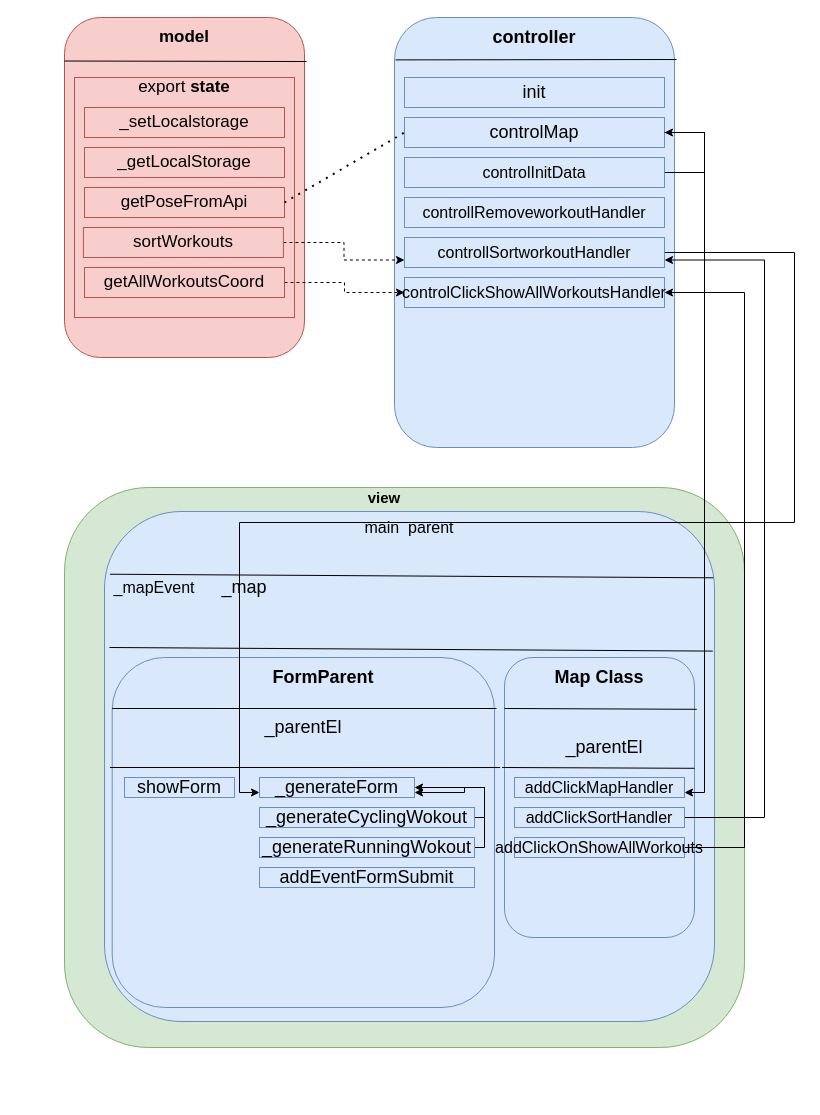
This is architecture.drawio from behnamrhp/mapr, a draw.io file, before an edit. Source tidied: cells renumbered, new cells numbered last; positions are measured from the earlier drawing's top-left corner, leaving out a move shared by most shapes. Both pictures are drawn from the tidied source at 100%, with x=0, y=0 at pixel (64, 17).
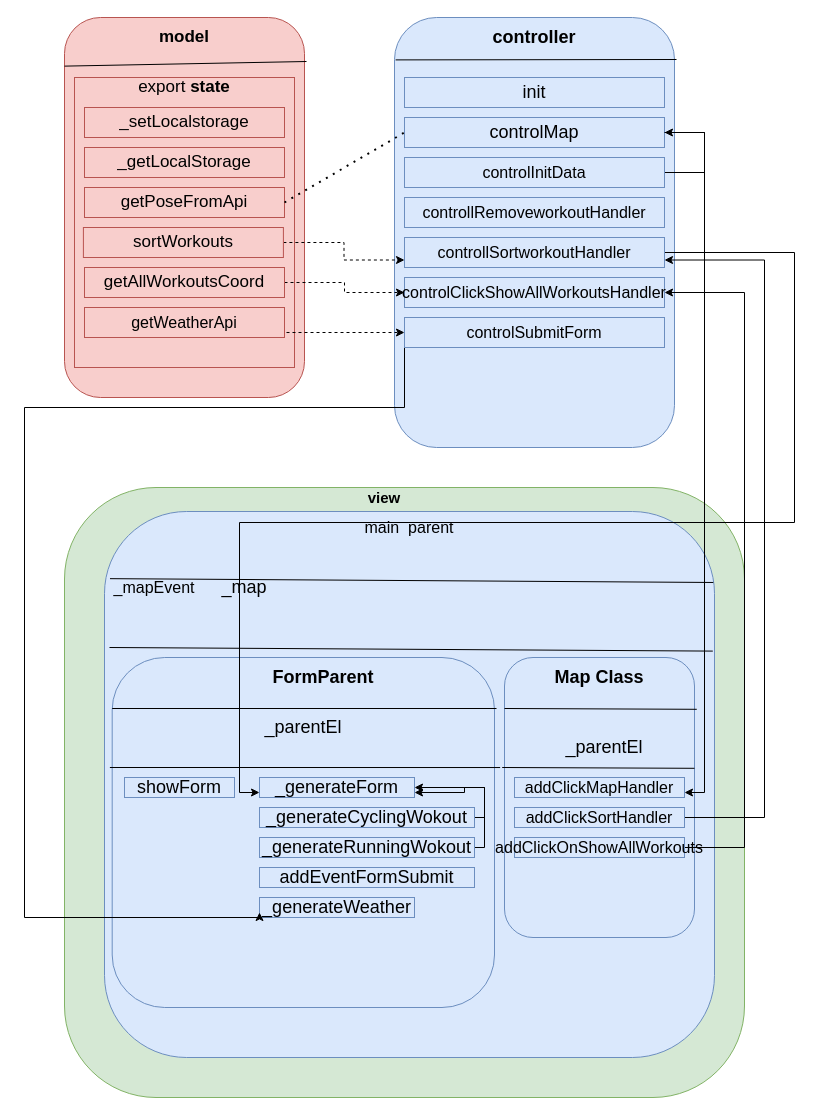
Above is the later version.

Change to the diagram source:
```diff
@@
     <mxCell id="2" style="rounded=1;whiteSpace=wrap;html=1;fillColor=#f8cecc;strokeColor=#b85450;" parent="1" vertex="1">
-      <mxGeometry width="240" height="340" as="geometry" />
+      <mxGeometry width="240" height="380" as="geometry" />
     </mxCell>
@@
     <mxCell id="5" style="rounded=0;whiteSpace=wrap;html=1;fontSize=17;fillColor=#f8cecc;strokeColor=#b85450;" parent="1" vertex="1">
-      <mxGeometry x="10" y="60" width="220" height="240" as="geometry" />
+      <mxGeometry x="10" y="60" width="220" height="290" as="geometry" />
     </mxCell>
@@
     <mxCell id="16" style="rounded=1;whiteSpace=wrap;html=1;fontSize=18;fillColor=#d5e8d4;strokeColor=#82b366;" parent="1" vertex="1">
-      <mxGeometry y="470" width="680" height="560" as="geometry" />
+      <mxGeometry y="470" width="680" height="610" as="geometry" />
     </mxCell>
@@
     <mxCell id="19" style="rounded=1;whiteSpace=wrap;html=1;fontSize=18;fillColor=#dae8fc;strokeColor=#6c8ebf;" parent="1" vertex="1">
-      <mxGeometry x="40" y="494" width="610" height="510" as="geometry" />
+      <mxGeometry x="40" y="494" width="610" height="546" as="geometry" />
     </mxCell>
@@
+    <mxCell id="57" value="_generateWeather" style="rounded=0;whiteSpace=wrap;html=1;fontSize=18;fillColor=#dae8fc;strokeColor=#6c8ebf;" parent="1" vertex="1">
+      <mxGeometry x="195" y="880" width="155" height="20" as="geometry" />
+    </mxCell>
+    <mxCell id="58" style="edgeStyle=orthogonalEdgeStyle;rounded=0;jettySize=auto;html=1;dashed=1;entryX=0;entryY=0.5;entryDx=0;entryDy=0;exitX=1;exitY=0.5;exitDx=0;exitDy=0;" parent="1" edge="1" source="59" target="61">
+      <mxGeometry relative="1" as="geometry">
+        <Array as="points">
+          <mxPoint x="220" y="315" />
+        </Array>
+      </mxGeometry>
+    </mxCell>
+    <mxCell id="59" value="getWeatherApi" style="rounded=0;whiteSpace=wrap;html=1;fontSize=16;fillColor=#f8cecc;strokeColor=#b85450;" parent="1" vertex="1">
+      <mxGeometry x="20" y="290" width="200" height="30" as="geometry" />
+    </mxCell>
+    <mxCell id="60" style="edgeStyle=orthogonalEdgeStyle;rounded=0;jettySize=auto;html=1;entryX=0;entryY=0.75;entryDx=0;entryDy=0;" parent="1" edge="1" source="61" target="57">
+      <mxGeometry relative="1" as="geometry">
+        <Array as="points">
+          <mxPoint x="340" y="390" />
+          <mxPoint x="-40" y="390" />
+          <mxPoint x="-40" y="900" />
+          <mxPoint x="195" y="900" />
+        </Array>
+      </mxGeometry>
+    </mxCell>
+    <mxCell id="61" value="controlSubmitForm" style="rounded=0;whiteSpace=wrap;html=1;fontSize=16;fillColor=#dae8fc;strokeColor=#6c8ebf;" parent="1" vertex="1">
+      <mxGeometry x="340" y="300" width="260" height="30" as="geometry" />
+    </mxCell>
```
